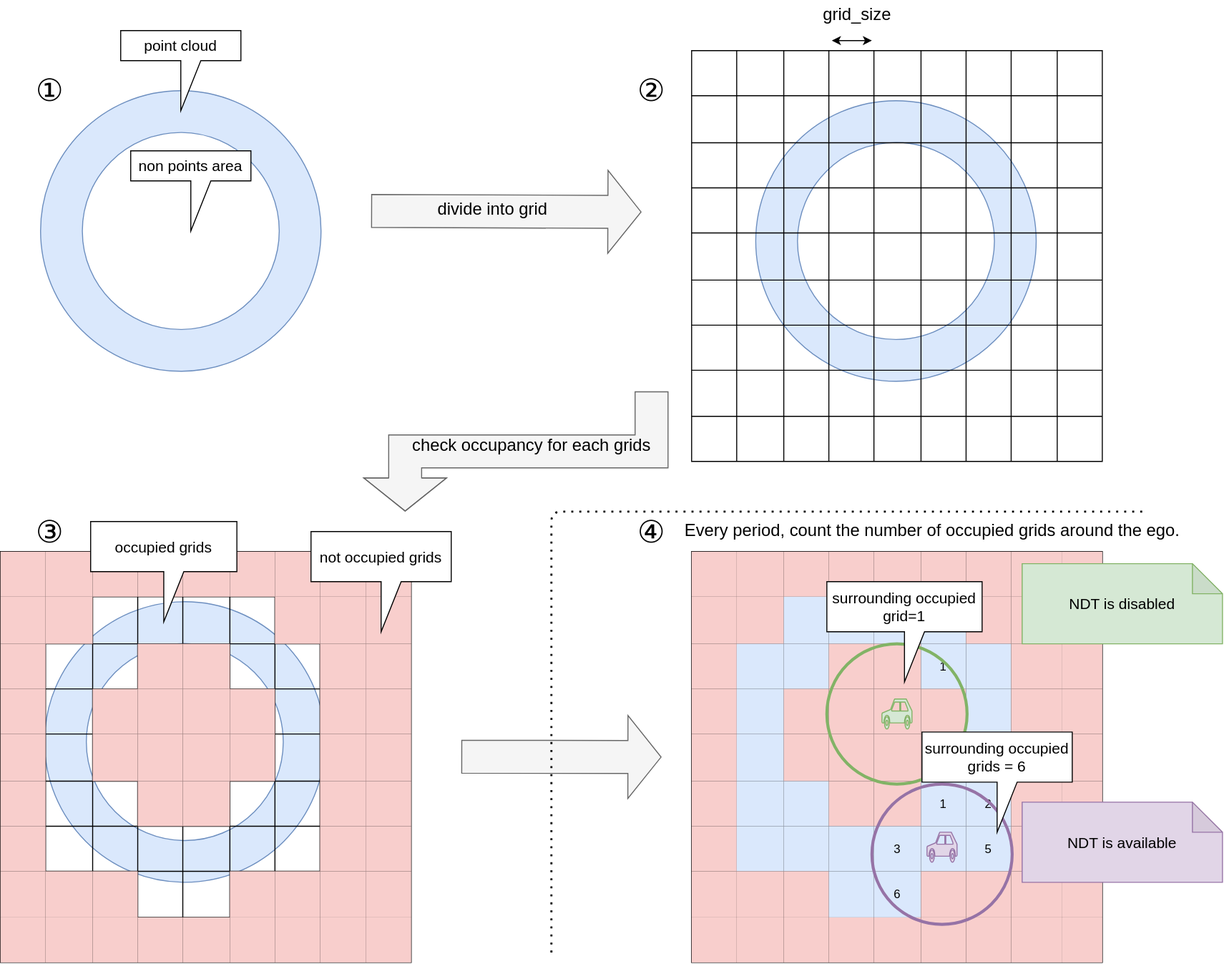
autowarefoundation/autoware.universe keeps this draw.io diagram as localization/pose_estimator_manager/media/pcd_occupancy.drawio.svg. Above is the earlier version. Source tidied: cells renumbered, new cells last; positions are measured from the earlier drawing's top-left corner, leaving out a move shared by most shapes.
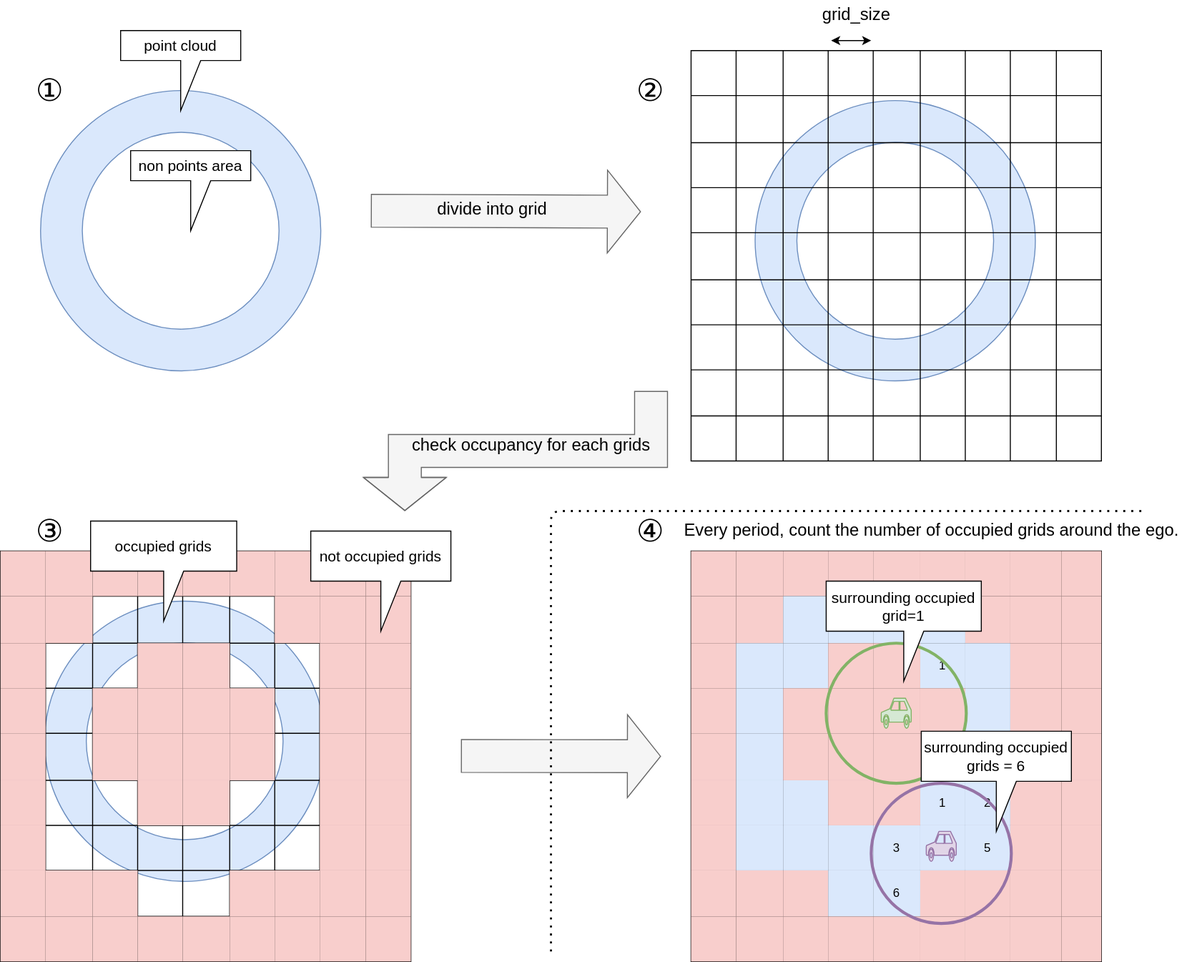
The same diagram one commit later.

Diff of the diagram source:
```diff
@@ -891,12 +891,6 @@
     <mxCell id="293" value="&lt;font style=&quot;font-size: 17px;&quot;&gt;Every period, count the number of occupied grids around the ego.&lt;br&gt;&lt;/font&gt;" style="text;html=1;align=center;verticalAlign=middle;strokeColor=none;fillColor=none;" parent="1" vertex="1">
       <mxGeometry x="670" y="515" width="520" height="30" as="geometry" />
     </mxCell>
-    <mxCell id="294" value="&lt;font style=&quot;font-size: 15px;&quot;&gt;NDT is disabled&lt;/font&gt;" style="shape=note;whiteSpace=wrap;html=1;backgroundOutline=1;darkOpacity=0.05;fillColor=#d5e8d4;strokeColor=#82b366;" parent="1" vertex="1">
-      <mxGeometry x="1020" y="562" width="200" height="80" as="geometry" />
-    </mxCell>
-    <mxCell id="295" value="&lt;span style=&quot;font-size: 15px;&quot;&gt;NDT is available&lt;/span&gt;" style="shape=note;whiteSpace=wrap;html=1;backgroundOutline=1;darkOpacity=0.05;fillColor=#e1d5e7;strokeColor=#9673a6;" parent="1" vertex="1">
-      <mxGeometry x="1020" y="800" width="200" height="80" as="geometry" />
-    </mxCell>
     <mxCell id="296" value="①" style="text;html=1;strokeColor=none;fillColor=none;align=center;verticalAlign=middle;whiteSpace=wrap;rounded=0;fontSize=31;" parent="1" vertex="1">
       <mxGeometry x="30" y="70" width="40" height="40" as="geometry" />
     </mxCell>
```
